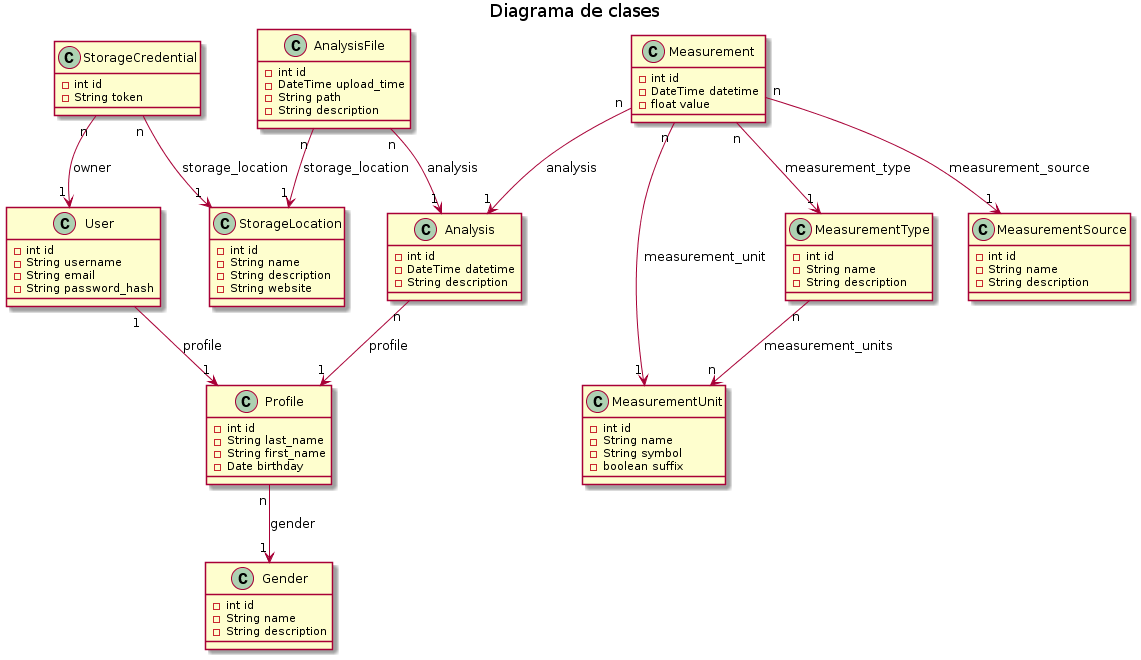
Earlier version of the PlantUML export uml/diagramaClases.png (yaninagm/doc).
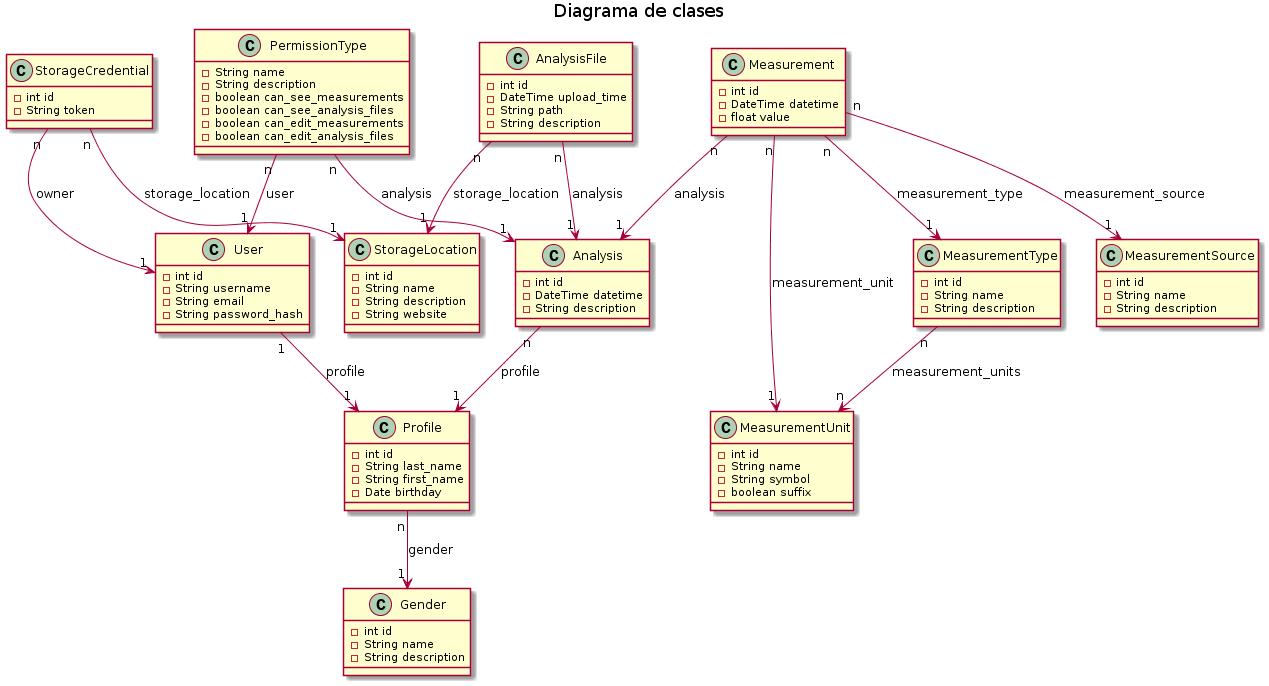
Later version of the same file.

Commit message:
Inclusión de clase PermissionType

The edit, as a diff of the source:
```diff
@@ -72,6 +72,14 @@
     -String token
 }
 
+class PermissionType {
+    -String name
+    -String description
+    -boolean can_see_measurements
+    -boolean can_see_analysis_files
+    -boolean can_edit_measurements
+    -boolean can_edit_analysis_files
+}
 
 
 Measurement "n" --> "1" MeasurementUnit : measurement_unit
@@ -89,6 +97,9 @@
 AnalysisFile "n" --> "1" StorageLocation : storage_location
 Analysis "n" --> "1" Profile : profile
 
+PermissionType "n" --> "1" User : user
+PermissionType "n" --> "1" Analysis : analysis
+
 StorageCredential "n" --> "1" User : owner
 StorageCredential "n" --> "1" StorageLocation : storage_location
 
```
